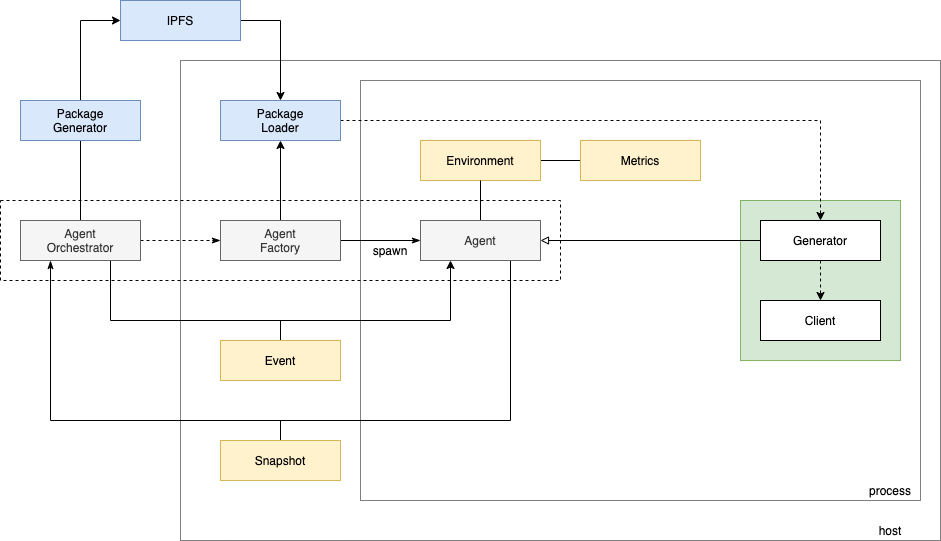
Before: agents.png, a diagram exported from draw.io (dxos/gravity). Source tidied: cells renumbered, new cells last; positions are measured from the earlier drawing's top-left corner, leaving out a move shared by most shapes.
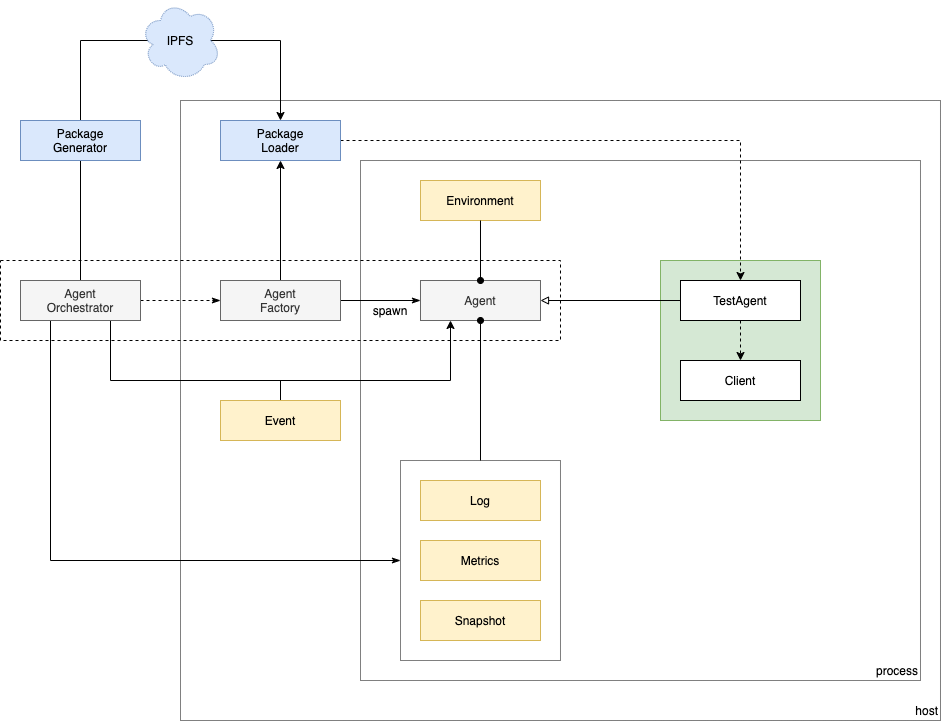
After the change.

Change to the diagram source:
```diff
@@ -2,14 +2,14 @@
   <root>
     <mxCell id="0" />
     <mxCell id="1" parent="0" />
-    <mxCell id="2" style="rounded=0;whiteSpace=wrap;html=1;dashed=1;dashPattern=1 1;" parent="1" vertex="1">
-      <mxGeometry x="180" y="60" width="760" height="480" as="geometry" />
+    <mxCell id="2" value="host" style="rounded=0;whiteSpace=wrap;html=1;dashed=1;dashPattern=1 1;align=right;verticalAlign=bottom;" parent="1" vertex="1">
+      <mxGeometry x="180" y="140" width="760" height="620" as="geometry" />
     </mxCell>
-    <mxCell id="3" style="rounded=0;whiteSpace=wrap;html=1;dashed=1;dashPattern=1 1;" parent="1" vertex="1">
-      <mxGeometry x="360" y="80" width="560" height="420" as="geometry" />
+    <mxCell id="3" value="process" style="rounded=0;whiteSpace=wrap;html=1;dashed=1;dashPattern=1 1;align=right;verticalAlign=bottom;" parent="1" vertex="1">
+      <mxGeometry x="360" y="200" width="560" height="520" as="geometry" />
     </mxCell>
     <mxCell id="4" style="rounded=0;whiteSpace=wrap;html=1;fillColor=#d5e8d4;strokeColor=#82b366;" parent="1" vertex="1">
-      <mxGeometry x="740" y="200" width="160" height="160" as="geometry" />
+      <mxGeometry x="660" y="300" width="160" height="160" as="geometry" />
     </mxCell>
     <mxCell id="5" style="edgeStyle=orthogonalEdgeStyle;rounded=0;jettySize=auto;html=1;exitX=1;exitY=0.5;exitDx=0;exitDy=0;endArrow=none;endFill=0;startArrow=block;startFill=0;" parent="1" edge="1" source="32" target="7">
       <mxGeometry relative="1" as="geometry" />
@@ -17,14 +17,11 @@
     <mxCell id="6" style="edgeStyle=orthogonalEdgeStyle;rounded=0;jettySize=auto;html=1;exitX=0.5;exitY=1;exitDx=0;exitDy=0;entryX=0.5;entryY=0;entryDx=0;entryDy=0;dashed=1;endArrow=classic;endFill=1;" parent="1" edge="1" source="7" target="22">
       <mxGeometry relative="1" as="geometry" />
     </mxCell>
-    <mxCell id="7" value="Generator" style="rounded=0;whiteSpace=wrap;html=1;" parent="1" vertex="1">
-      <mxGeometry x="760" y="220" width="120" height="40" as="geometry" />
+    <mxCell id="7" value="TestAgent" style="rounded=0;whiteSpace=wrap;html=1;" parent="1" vertex="1">
+      <mxGeometry x="680" y="320" width="120" height="40" as="geometry" />
     </mxCell>
-    <mxCell id="8" style="edgeStyle=orthogonalEdgeStyle;rounded=0;jettySize=auto;html=1;exitX=1;exitY=0.5;exitDx=0;exitDy=0;entryX=0;entryY=0.5;entryDx=0;entryDy=0;endArrow=none;endFill=0;" parent="1" edge="1" source="9" target="19">
-      <mxGeometry relative="1" as="geometry" />
-    </mxCell>
     <mxCell id="9" value="Environment" style="rounded=0;whiteSpace=wrap;html=1;fillColor=#fff2cc;strokeColor=#d6b656;" parent="1" vertex="1">
-      <mxGeometry x="420" y="140" width="120" height="40" as="geometry" />
+      <mxGeometry x="420" y="220" width="120" height="40" as="geometry" />
     </mxCell>
     <mxCell id="10" style="edgeStyle=orthogonalEdgeStyle;rounded=0;jettySize=auto;html=1;exitX=1;exitY=0.5;exitDx=0;exitDy=0;endArrow=classicThin;endFill=1;" parent="1" edge="1" source="31" target="32">
       <mxGeometry relative="1" as="geometry" />
@@ -38,85 +35,87 @@
     <mxCell id="13" style="edgeStyle=orthogonalEdgeStyle;rounded=0;jettySize=auto;html=1;exitX=0.75;exitY=1;exitDx=0;exitDy=0;entryX=0.25;entryY=1;entryDx=0;entryDy=0;endArrow=classic;endFill=1;" parent="1" edge="1" source="30" target="32">
       <mxGeometry relative="1" as="geometry">
         <Array as="points">
-          <mxPoint x="110" y="320" />
-          <mxPoint x="450" y="320" />
+          <mxPoint x="110" y="420" />
+          <mxPoint x="450" y="420" />
         </Array>
       </mxGeometry>
     </mxCell>
     <mxCell id="14" style="edgeStyle=orthogonalEdgeStyle;rounded=0;jettySize=auto;html=1;exitX=0.5;exitY=0;exitDx=0;exitDy=0;endArrow=none;endFill=0;" parent="1" edge="1" source="30" target="26">
       <mxGeometry relative="1" as="geometry" />
     </mxCell>
-    <mxCell id="15" style="edgeStyle=orthogonalEdgeStyle;rounded=0;jettySize=auto;html=1;exitX=0.75;exitY=1;exitDx=0;exitDy=0;entryX=0.25;entryY=1;entryDx=0;entryDy=0;endArrow=classicThin;endFill=1;" parent="1" edge="1" source="32" target="30">
-      <mxGeometry relative="1" as="geometry">
-        <Array as="points">
-          <mxPoint x="510" y="420" />
-          <mxPoint x="50" y="420" />
-        </Array>
-      </mxGeometry>
-    </mxCell>
-    <mxCell id="16" style="edgeStyle=orthogonalEdgeStyle;rounded=0;jettySize=auto;html=1;exitX=0.5;exitY=0;exitDx=0;exitDy=0;endArrow=none;endFill=0;" parent="1" edge="1" source="32" target="9">
-      <mxGeometry relative="1" as="geometry" />
-    </mxCell>
     <mxCell id="17" style="edgeStyle=orthogonalEdgeStyle;rounded=0;jettySize=auto;html=1;exitX=0.5;exitY=0;exitDx=0;exitDy=0;endArrow=none;endFill=0;" parent="1" edge="1" source="18">
       <mxGeometry relative="1" as="geometry">
-        <mxPoint x="280" y="320" as="targetPoint" />
+        <mxPoint x="280" y="420" as="targetPoint" />
       </mxGeometry>
     </mxCell>
     <mxCell id="18" value="Event" style="rounded=0;whiteSpace=wrap;html=1;fillColor=#fff2cc;strokeColor=#d6b656;" parent="1" vertex="1">
-      <mxGeometry x="220" y="340" width="120" height="40" as="geometry" />
+      <mxGeometry x="220" y="440" width="120" height="40" as="geometry" />
     </mxCell>
     <mxCell id="19" value="Metrics" style="rounded=0;whiteSpace=wrap;html=1;fillColor=#fff2cc;strokeColor=#d6b656;" parent="1" vertex="1">
-      <mxGeometry x="580" y="140" width="120" height="40" as="geometry" />
+      <mxGeometry x="420" y="580" width="120" height="40" as="geometry" />
     </mxCell>
-    <mxCell id="20" style="edgeStyle=orthogonalEdgeStyle;rounded=0;jettySize=auto;html=1;exitX=0.5;exitY=0;exitDx=0;exitDy=0;endArrow=none;endFill=0;" parent="1" edge="1" source="21">
-      <mxGeometry relative="1" as="geometry">
-        <mxPoint x="280" y="420" as="targetPoint" />
-      </mxGeometry>
-    </mxCell>
     <mxCell id="21" value="Snapshot" style="rounded=0;whiteSpace=wrap;html=1;fillColor=#fff2cc;strokeColor=#d6b656;" parent="1" vertex="1">
-      <mxGeometry x="220" y="440" width="120" height="40" as="geometry" />
+      <mxGeometry x="420" y="640" width="120" height="40" as="geometry" />
     </mxCell>
     <mxCell id="22" value="Client" style="rounded=0;whiteSpace=wrap;html=1;" parent="1" vertex="1">
-      <mxGeometry x="760" y="300" width="120" height="40" as="geometry" />
+      <mxGeometry x="680" y="400" width="120" height="40" as="geometry" />
     </mxCell>
     <mxCell id="23" style="edgeStyle=orthogonalEdgeStyle;rounded=0;jettySize=auto;html=1;exitX=1;exitY=0.5;exitDx=0;exitDy=0;entryX=0.5;entryY=0;entryDx=0;entryDy=0;dashed=1;endArrow=classic;endFill=1;" parent="1" edge="1" source="24" target="7">
       <mxGeometry relative="1" as="geometry" />
     </mxCell>
     <mxCell id="24" value="Package&lt;br&gt;Loader" style="rounded=0;whiteSpace=wrap;html=1;fillColor=#dae8fc;strokeColor=#6c8ebf;" parent="1" vertex="1">
-      <mxGeometry x="220" y="100" width="120" height="40" as="geometry" />
+      <mxGeometry x="220" y="160" width="120" height="40" as="geometry" />
     </mxCell>
-    <mxCell id="25" style="edgeStyle=orthogonalEdgeStyle;rounded=0;jettySize=auto;html=1;exitX=0.5;exitY=0;exitDx=0;exitDy=0;entryX=0;entryY=0.5;entryDx=0;entryDy=0;endArrow=classic;endFill=1;" parent="1" edge="1" source="26" target="28">
-      <mxGeometry relative="1" as="geometry" />
+    <mxCell id="25" style="edgeStyle=orthogonalEdgeStyle;rounded=0;jettySize=auto;html=1;exitX=0.5;exitY=0;exitDx=0;exitDy=0;entryX=0.16;entryY=0.55;entryDx=0;entryDy=0;endArrow=classic;endFill=1;entryPerimeter=0;" parent="1" edge="1" source="26" target="28">
+      <mxGeometry relative="1" as="geometry">
+        <Array as="points">
+          <mxPoint x="80" y="80" />
+          <mxPoint x="153" y="80" />
+        </Array>
+      </mxGeometry>
     </mxCell>
     <mxCell id="26" value="Package&lt;br&gt;Generator" style="rounded=0;whiteSpace=wrap;html=1;fillColor=#dae8fc;strokeColor=#6c8ebf;" parent="1" vertex="1">
-      <mxGeometry x="20" y="100" width="120" height="40" as="geometry" />
+      <mxGeometry x="20" y="160" width="120" height="40" as="geometry" />
     </mxCell>
-    <mxCell id="27" style="edgeStyle=orthogonalEdgeStyle;rounded=0;jettySize=auto;html=1;exitX=1;exitY=0.5;exitDx=0;exitDy=0;entryX=0.5;entryY=0;entryDx=0;entryDy=0;endArrow=classic;endFill=1;" parent="1" edge="1" source="28" target="24">
-      <mxGeometry relative="1" as="geometry" />
+    <mxCell id="27" style="edgeStyle=orthogonalEdgeStyle;rounded=0;jettySize=auto;html=1;exitX=0.875;exitY=0.5;exitDx=0;exitDy=0;entryX=0.5;entryY=0;entryDx=0;entryDy=0;endArrow=classic;endFill=1;exitPerimeter=0;" parent="1" edge="1" source="28" target="24">
+      <mxGeometry relative="1" as="geometry">
+        <Array as="points">
+          <mxPoint x="280" y="80" />
+        </Array>
+      </mxGeometry>
     </mxCell>
-    <mxCell id="28" value="IPFS" style="rounded=0;whiteSpace=wrap;html=1;fillColor=#dae8fc;strokeColor=#6c8ebf;" parent="1" vertex="1">
-      <mxGeometry x="120" width="120" height="40" as="geometry" />
-    </mxCell>
     <mxCell id="29" style="rounded=0;whiteSpace=wrap;html=1;fillColor=none;dashed=1;" parent="1" vertex="1">
-      <mxGeometry y="200" width="560" height="80" as="geometry" />
+      <mxGeometry y="300" width="560" height="80" as="geometry" />
     </mxCell>
+    <mxCell id="36" style="edgeStyle=orthogonalEdgeStyle;rounded=0;jettySize=auto;html=1;exitX=0.25;exitY=1;exitDx=0;exitDy=0;entryX=0;entryY=0.5;entryDx=0;entryDy=0;startArrow=none;startFill=0;endArrow=classicThin;endFill=1;" parent="1" edge="1" source="30" target="38">
+      <mxGeometry relative="1" as="geometry" />
+    </mxCell>
     <mxCell id="30" value="Agent&lt;br&gt;Orchestrator" style="rounded=0;whiteSpace=wrap;html=1;fillColor=#f5f5f5;strokeColor=#666666;fontColor=#333333;" parent="1" vertex="1">
-      <mxGeometry x="20" y="220" width="120" height="40" as="geometry" />
+      <mxGeometry x="20" y="320" width="120" height="40" as="geometry" />
     </mxCell>
     <mxCell id="31" value="Agent&lt;br&gt;Factory" style="rounded=0;whiteSpace=wrap;html=1;fillColor=#f5f5f5;strokeColor=#666666;fontColor=#333333;" parent="1" vertex="1">
-      <mxGeometry x="220" y="220" width="120" height="40" as="geometry" />
+      <mxGeometry x="220" y="320" width="120" height="40" as="geometry" />
     </mxCell>
     <mxCell id="32" value="Agent" style="rounded=0;whiteSpace=wrap;html=1;fillColor=#f5f5f5;strokeColor=#666666;fontColor=#333333;" parent="1" vertex="1">
-      <mxGeometry x="420" y="220" width="120" height="40" as="geometry" />
+      <mxGeometry x="420" y="320" width="120" height="40" as="geometry" />
     </mxCell>
     <mxCell id="33" value="spawn" style="text;html=1;strokeColor=none;fillColor=none;align=center;verticalAlign=middle;whiteSpace=wrap;rounded=0;" parent="1" vertex="1">
-      <mxGeometry x="370" y="240" width="40" height="20" as="geometry" />
+      <mxGeometry x="370" y="340" width="40" height="20" as="geometry" />
     </mxCell>
-    <mxCell id="34" value="process" style="text;html=1;strokeColor=none;fillColor=none;align=center;verticalAlign=middle;whiteSpace=wrap;rounded=0;" parent="1" vertex="1">
-      <mxGeometry x="870" y="480" width="40" height="20" as="geometry" />
-    </mxCell>
-    <mxCell id="35" value="host" style="text;html=1;strokeColor=none;fillColor=none;align=center;verticalAlign=middle;whiteSpace=wrap;rounded=0;" parent="1" vertex="1">
-      <mxGeometry x="870" y="520" width="40" height="20" as="geometry" />
-    </mxCell>
+    <mxCell id="37" value="Log" style="rounded=0;whiteSpace=wrap;html=1;fillColor=#fff2cc;strokeColor=#d6b656;" parent="1" vertex="1">
+      <mxGeometry x="420" y="520" width="120" height="40" as="geometry" />
+    </mxCell>
+    <mxCell id="16" style="edgeStyle=orthogonalEdgeStyle;rounded=0;jettySize=auto;html=1;exitX=0.5;exitY=0;exitDx=0;exitDy=0;startArrow=oval;startFill=1;endArrow=none;endFill=0;" parent="1" edge="1" source="32" target="9">
+      <mxGeometry relative="1" as="geometry" />
+    </mxCell>
+    <mxCell id="38" style="rounded=0;whiteSpace=wrap;html=1;dashed=1;dashPattern=1 1;fillColor=none;align=right;" parent="1" vertex="1">
+      <mxGeometry x="400" y="500" width="160" height="200" as="geometry" />
+    </mxCell>
+    <mxCell id="39" style="edgeStyle=orthogonalEdgeStyle;rounded=0;jettySize=auto;html=1;exitX=0.5;exitY=1;exitDx=0;exitDy=0;entryX=0.5;entryY=0;entryDx=0;entryDy=0;startArrow=oval;startFill=1;endArrow=none;endFill=0;" parent="1" edge="1" source="32" target="38">
+      <mxGeometry relative="1" as="geometry" />
+    </mxCell>
+    <mxCell id="28" value="IPFS" style="ellipse;shape=cloud;whiteSpace=wrap;html=1;dashed=1;dashPattern=1 1;fillColor=#dae8fc;align=center;strokeColor=#6c8ebf;" parent="1" vertex="1">
+      <mxGeometry x="140" y="40" width="80" height="80" as="geometry" />
+    </mxCell>
   </root>
 </mxGraphModel>
```
